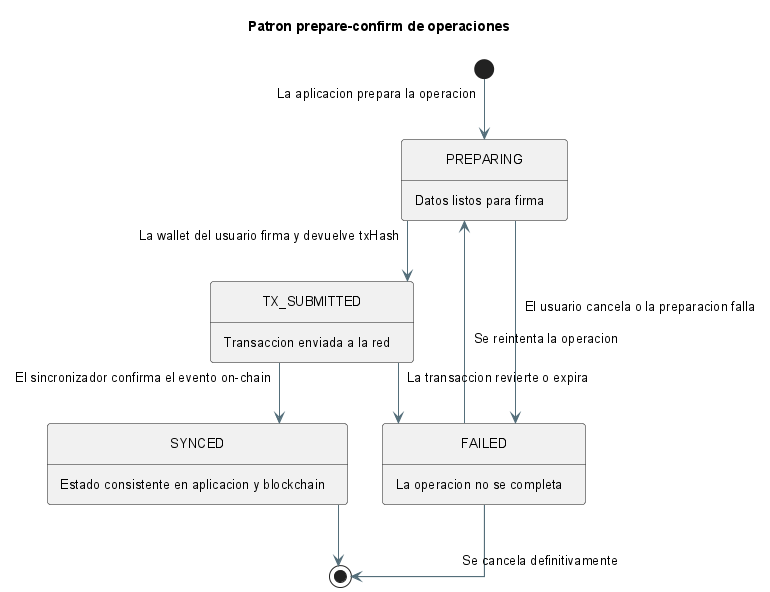
Above: anexos/diagramas/prepare-confirm.png in ErDeivih/DocumentChain (PlantUML), before the change.
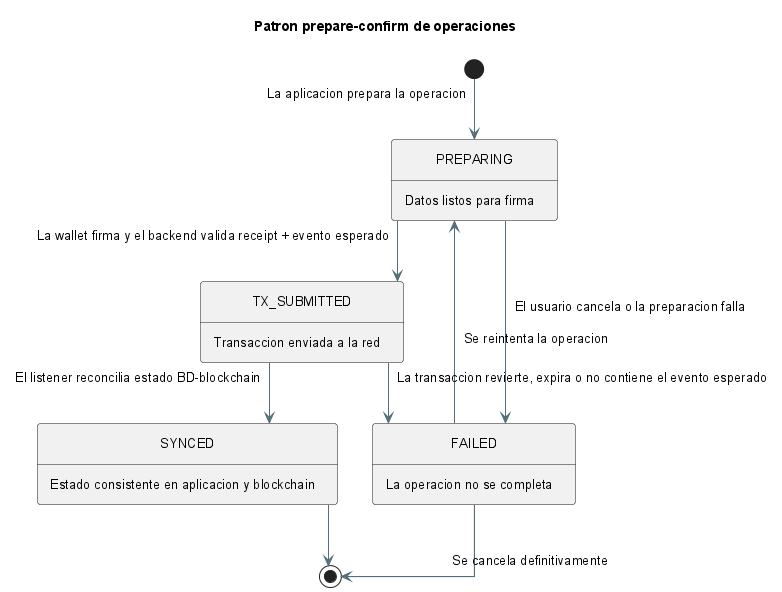
The same file after the commit.

Diff of the diagram source:
```diff
@@ -20,10 +20,10 @@
     FAILED : La operacion no se completa
 }
 
-PREPARING --> TX_SUBMITTED : La wallet del usuario firma y devuelve txHash
+PREPARING --> TX_SUBMITTED : La wallet firma y el backend valida receipt + evento esperado
 PREPARING --> FAILED : El usuario cancela o la preparacion falla
-TX_SUBMITTED --> SYNCED : El sincronizador confirma el evento on-chain
-TX_SUBMITTED --> FAILED : La transaccion revierte o expira
+TX_SUBMITTED --> SYNCED : El listener reconcilia estado BD-blockchain
+TX_SUBMITTED --> FAILED : La transaccion revierte, expira o no contiene el evento esperado
 FAILED --> PREPARING : Se reintenta la operacion
 FAILED --> [*] : Se cancela definitivamente
 SYNCED --> [*]
```
